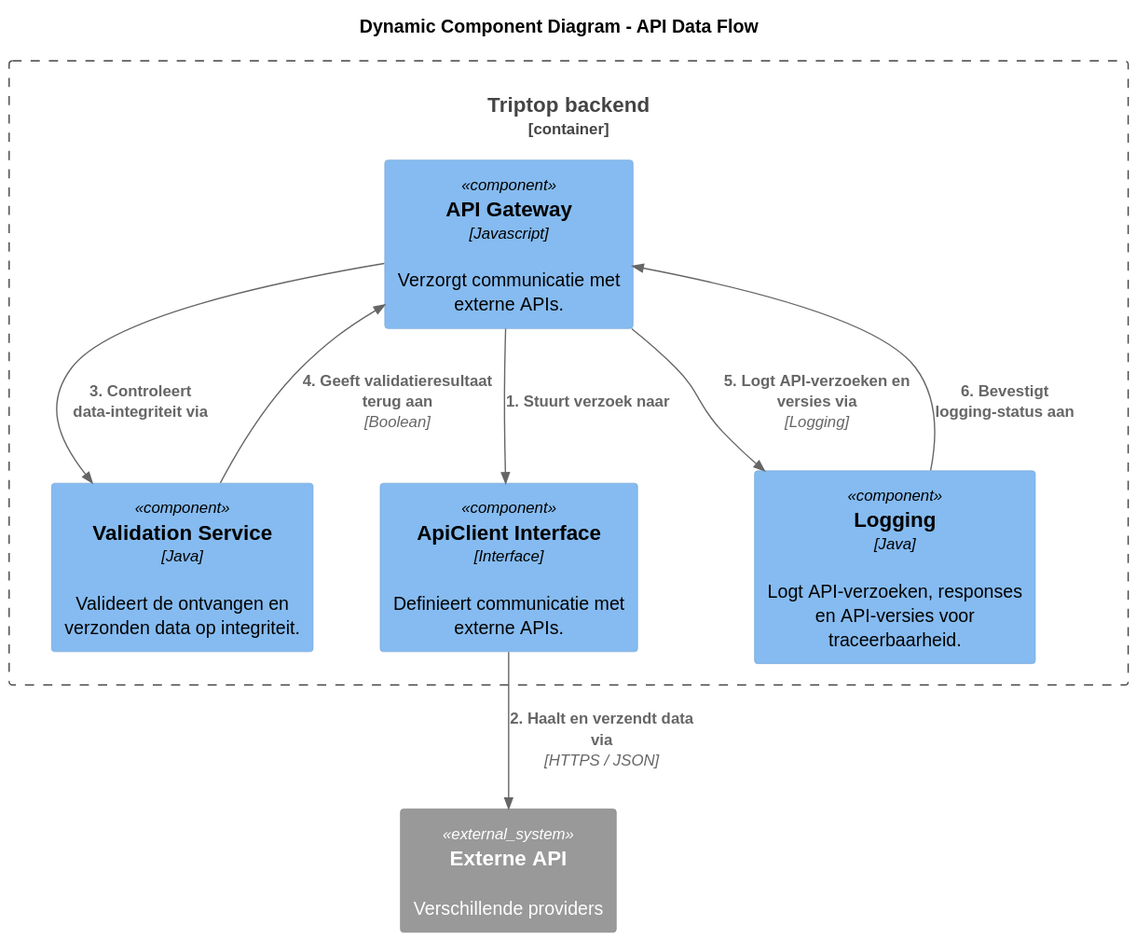
Before: software-guidebook/ontwerpvraag-cas/dynamic-diagram-cas.svg, a diagram exported from PlantUML (AIM-ENE-feb25/triptop-beca). Its diagram source:
```plantuml
@startuml
!include https://raw.githubusercontent.com/plantuml-stdlib/C4-PlantUML/master/C4_Component.puml

title Dynamic Component Diagram - API Data Flow

Container_Boundary(c1, "Triptop backend") {
    Component(api_client, "API Gateway", "Javascript", "Verzorgt communicatie met externe APIs.")
    Component(validation_service, "Validation Service", "Java", "Valideert de ontvangen en verzonden data op integriteit.")
    Component(logging_service, "Logging", "Java", "Logt API-verzoeken, responses en API-versies voor traceerbaarheid.")
    Component(api_interface, "ApiClient Interface", "Interface", "Definieert communicatie met externe APIs.")
}

System_Ext(external_api, "Externe API", "Verschillende providers", "")

Rel(api_client, api_interface, "1. Stuurt verzoek naar", "")
Rel(api_interface, external_api, "2. Haalt en verzendt data via", "HTTPS / JSON")
Rel(api_client, validation_service, "3. Controleert data-integriteit via", "")
Rel(validation_service, api_client, "4. Geeft validatieresultaat terug aan", "Boolean")
Rel(api_client, logging_service, "5. Logt API-verzoeken en versies via", "Logging")
Rel(logging_service, api_client, "6. Bevestigt logging-status aan", "")
@enduml
```
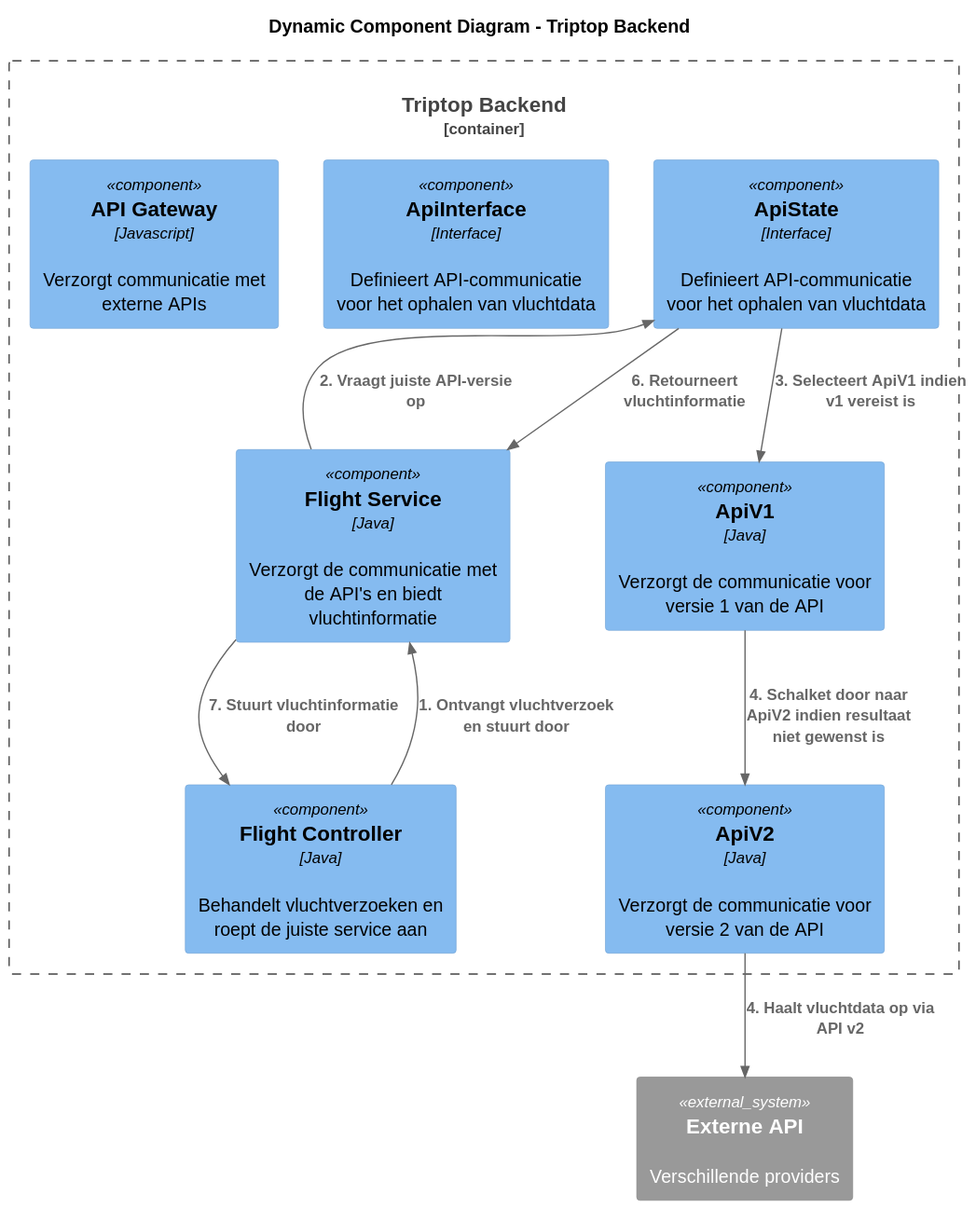
The same diagram one commit later.

Commit message:
Dynamisch component diagram verbeterd.

What changed in the source:
```diff
@@ -1,21 +1,26 @@
 @startuml
 !include https://raw.githubusercontent.com/plantuml-stdlib/C4-PlantUML/master/C4_Component.puml
 
-title Dynamic Component Diagram - API Data Flow
+title Dynamic Component Diagram - Triptop Backend
 
-Container_Boundary(c1, "Triptop backend") {
-    Component(api_client, "API Gateway", "Javascript", "Verzorgt communicatie met externe APIs.")
-    Component(validation_service, "Validation Service", "Java", "Valideert de ontvangen en verzonden data op integriteit.")
-    Component(logging_service, "Logging", "Java", "Logt API-verzoeken, responses en API-versies voor traceerbaarheid.")
-    Component(api_interface, "ApiClient Interface", "Interface", "Definieert communicatie met externe APIs.")
+Container_Boundary(c1, "Triptop Backend") {
+    Component(api_state, "ApiState", "Interface", "Definieert API-communicatie voor het ophalen van vluchtdata")
+    Component(flight_controller, "Flight Controller", "Java", "Behandelt vluchtverzoeken en roept de juiste service aan")
+    Component(flight_service, "Flight Service", "Java", "Verzorgt de communicatie met de API's en biedt vluchtinformatie")
+    Component(api_v1, "ApiV1", "Java", "Verzorgt de communicatie voor versie 1 van de API")
+    Component(api_v2, "ApiV2", "Java", "Verzorgt de communicatie voor versie 2 van de API")
+
+    Component(api_interface, "ApiInterface", "Interface", "Definieert API-communicatie voor het ophalen van vluchtdata")
+    Component(api_gateway, "API Gateway", "Javascript", "Verzorgt communicatie met externe APIs")
 }
 
 System_Ext(external_api, "Externe API", "Verschillende providers", "")
 
-Rel(api_client, api_interface, "1. Stuurt verzoek naar", "")
-Rel(api_interface, external_api, "2. Haalt en verzendt data via", "HTTPS / JSON")
-Rel(api_client, validation_service, "3. Controleert data-integriteit via", "")
-Rel(validation_service, api_client, "4. Geeft validatieresultaat terug aan", "Boolean")
-Rel(api_client, logging_service, "5. Logt API-verzoeken en versies via", "Logging")
-Rel(logging_service, api_client, "6. Bevestigt logging-status aan", "")
+Rel(flight_controller, flight_service, "1. Ontvangt vluchtverzoek en stuurt door")
+Rel_Up(flight_service, api_state, "2. Vraagt juiste API-versie op")
+Rel(api_state, api_v1, "3. Selecteert ApiV1 indien v1 vereist is")
+Rel(api_v1, api_v2, "4. Schalket door naar ApiV2 indien resultaat niet gewenst is")
+Rel(api_v2, external_api, "4. Haalt vluchtdata op via API v2")
+Rel(api_state, flight_service, "6. Retourneert vluchtinformatie")
+Rel(flight_service, flight_controller, "7. Stuurt vluchtinformatie door")
 @enduml
```
